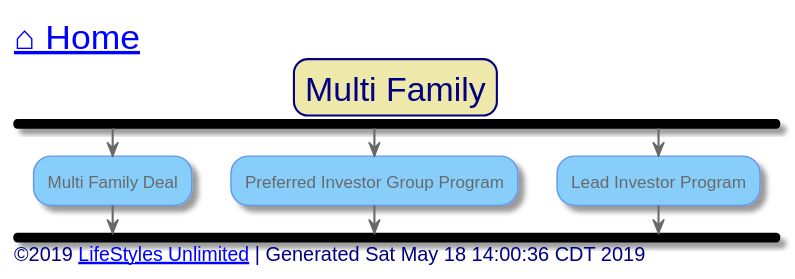
toddmo/lifestylesunlimited keeps this PlantUML diagram as out/src/multi-family/index.svg. Above is the earlier version.
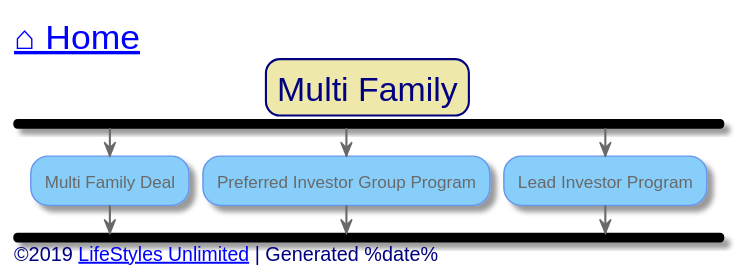
Later version of the same file.

Diff of the diagram source:
```diff
@@ -92,7 +92,7 @@
 
 
 left footer
-	<font size=14>©2019 [[http://www.lifestylesunlimited.com LifeStyles Unlimited]] | Generated Sat May 18 14:00:36 CDT 2019</font>
+	<font size=14>©2019 [[http://www.lifestylesunlimited.com LifeStyles Unlimited]] | Generated %date%</font>
 endfooter
 
 
```
